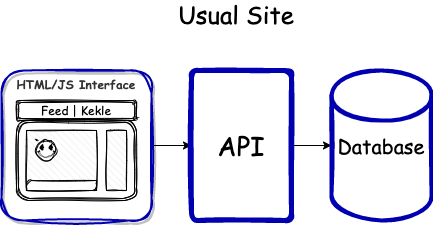
Above: docs/assets/3-part-site-arch.drawio.png in SpaceFrontiers/summa (draw.io), before the change. Source tidied: cells renumbered, new cells last; positions are measured from the earlier drawing's top-left corner, leaving out a move shared by most shapes. The source it was exported from:
```xml
<mxGraphModel>
  <root>
    <mxCell id="0" />
    <mxCell id="1" parent="0" />
    <mxCell id="2" style="edgeStyle=orthogonalEdgeStyle;rounded=0;jettySize=auto;html=1;exitX=1;exitY=0.5;exitDx=0;exitDy=0;entryX=0;entryY=0.5;entryDx=0;entryDy=0;fontFamily=Comic Sans MS;fontSize=24;" parent="1" edge="1" source="3" target="13">
      <mxGeometry relative="1" as="geometry" />
    </mxCell>
    <mxCell id="3" value="HTML/JS Interface" style="rounded=1;whiteSpace=wrap;html=1;fontFamily=Comic Sans MS;strokeColor=#0000B0;fontColor=#333333;strokeWidth=2;sketch=1;curveFitting=1;jiggle=2;shadow=1;labelBackgroundColor=none;labelBorderColor=none;fontStyle=1;fontSize=12;fillColor=none;verticalAlign=top;" parent="1" vertex="1">
      <mxGeometry y="70" width="150" height="150" as="geometry" />
    </mxCell>
    <mxCell id="4" value="&lt;font style=&quot;font-size: 24px;&quot;&gt;Usual Site&lt;/font&gt;" style="text;html=1;strokeColor=none;fillColor=none;align=center;verticalAlign=middle;whiteSpace=wrap;rounded=0;fontFamily=Comic Sans MS;fontSize=24;" parent="1" vertex="1">
      <mxGeometry x="150" width="170" height="30" as="geometry" />
    </mxCell>
    <mxCell id="5" style="group;" parent="1" vertex="1">
      <mxGeometry x="15" y="100" width="120" height="100" as="geometry" />
    </mxCell>
    <mxCell id="6" style="shape=ext;double=1;rounded=1;whiteSpace=wrap;html=1;sketch=1;fontFamily=Comic Sans MS;" parent="5" vertex="1">
      <mxGeometry y="20" width="120" height="80" as="geometry" />
    </mxCell>
    <mxCell id="7" value="Feed | Kekle" style="shape=ext;double=1;rounded=1;whiteSpace=wrap;html=1;sketch=1;fontFamily=Comic Sans MS;" parent="5" vertex="1">
      <mxGeometry width="120" height="20" as="geometry" />
    </mxCell>
    <mxCell id="8" style="verticalLabelPosition=bottom;verticalAlign=top;html=1;shape=mxgraph.basic.patternFillRect;fillStyle=diagRev;step=5;fillStrokeWidth=0.2;fillStrokeColor=#dddddd;sketch=1;fontFamily=Comic Sans MS;" parent="5" vertex="1">
      <mxGeometry x="10" y="30" width="70" height="60" as="geometry" />
    </mxCell>
    <mxCell id="9" style="verticalLabelPosition=bottom;verticalAlign=top;html=1;shape=mxgraph.basic.patternFillRect;fillStyle=diagRev;step=5;fillStrokeWidth=0.2;fillStrokeColor=#dddddd;sketch=1;fontFamily=Comic Sans MS;" parent="5" vertex="1">
      <mxGeometry x="90" y="30" width="20" height="60" as="geometry" />
    </mxCell>
    <mxCell id="10" style="verticalLabelPosition=bottom;verticalAlign=top;html=1;shape=mxgraph.basic.smiley;sketch=1;fontFamily=Comic Sans MS;fontSize=12;" parent="5" vertex="1">
      <mxGeometry x="20" y="40" width="20" height="20" as="geometry" />
    </mxCell>
    <mxCell id="11" style="verticalLabelPosition=bottom;verticalAlign=top;html=1;shape=mxgraph.basic.diag_round_rect;dx=6;whiteSpace=wrap;sketch=1;fontFamily=Comic Sans MS;fontSize=12;" parent="5" vertex="1">
      <mxGeometry x="10" y="80" width="70" height="10" as="geometry" />
    </mxCell>
    <mxCell id="12" style="edgeStyle=orthogonalEdgeStyle;rounded=0;jettySize=auto;html=1;exitX=1;exitY=0.5;exitDx=0;exitDy=0;entryX=0;entryY=0.5;entryDx=0;entryDy=0;entryPerimeter=0;fontFamily=Comic Sans MS;fontSize=24;" parent="1" edge="1" source="13" target="14">
      <mxGeometry relative="1" as="geometry" />
    </mxCell>
    <mxCell id="13" value="&lt;font style=&quot;font-size: 26px;&quot;&gt;API&lt;/font&gt;" style="rounded=1;whiteSpace=wrap;html=1;absoluteArcSize=1;arcSize=14;strokeWidth=5;sketch=1;fontFamily=Comic Sans MS;fontSize=12;strokeColor=#0000B0;" parent="1" vertex="1">
      <mxGeometry x="190" y="70" width="100" height="150" as="geometry" />
    </mxCell>
    <mxCell id="14" value="Database" style="strokeWidth=4;html=1;shape=mxgraph.flowchart.database;whiteSpace=wrap;sketch=1;fontFamily=Comic Sans MS;fontSize=20;strokeColor=#0000B0;verticalAlign=middle;" parent="1" vertex="1">
      <mxGeometry x="330" y="70" width="100" height="150" as="geometry" />
    </mxCell>
  </root>
</mxGraphModel>
```
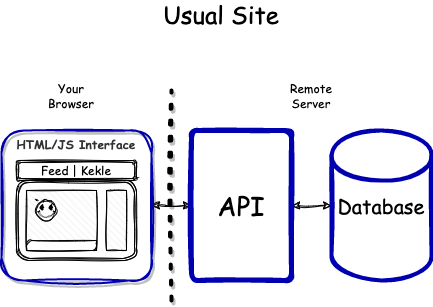
After the change.

Change to the diagram source:
```diff
@@ -2,14 +2,14 @@
   <root>
     <mxCell id="0" />
     <mxCell id="1" parent="0" />
-    <mxCell id="2" style="edgeStyle=orthogonalEdgeStyle;rounded=0;jettySize=auto;html=1;exitX=1;exitY=0.5;exitDx=0;exitDy=0;entryX=0;entryY=0.5;entryDx=0;entryDy=0;fontFamily=Comic Sans MS;fontSize=24;" parent="1" edge="1" source="3" target="13">
+    <mxCell id="2" style="edgeStyle=orthogonalEdgeStyle;rounded=0;jettySize=auto;html=1;exitX=1;exitY=0.5;exitDx=0;exitDy=0;entryX=0;entryY=0.5;entryDx=0;entryDy=0;fontFamily=Comic Sans MS;fontSize=24;sketch=1;curveFitting=1;jiggle=2;startArrow=classic;startFill=1;endArrow=classic;endFill=1;" parent="1" edge="1" source="3" target="13">
       <mxGeometry relative="1" as="geometry" />
     </mxCell>
     <mxCell id="3" value="HTML/JS Interface" style="rounded=1;whiteSpace=wrap;html=1;fontFamily=Comic Sans MS;strokeColor=#0000B0;fontColor=#333333;strokeWidth=2;sketch=1;curveFitting=1;jiggle=2;shadow=1;labelBackgroundColor=none;labelBorderColor=none;fontStyle=1;fontSize=12;fillColor=none;verticalAlign=top;" parent="1" vertex="1">
       <mxGeometry y="70" width="150" height="150" as="geometry" />
     </mxCell>
-    <mxCell id="4" value="&lt;font style=&quot;font-size: 24px;&quot;&gt;Usual Site&lt;/font&gt;" style="text;html=1;strokeColor=none;fillColor=none;align=center;verticalAlign=middle;whiteSpace=wrap;rounded=0;fontFamily=Comic Sans MS;fontSize=24;" parent="1" vertex="1">
-      <mxGeometry x="150" width="170" height="30" as="geometry" />
+    <mxCell id="4" value="Usual Site" style="text;html=1;strokeColor=none;fillColor=none;align=center;verticalAlign=middle;whiteSpace=wrap;rounded=0;fontFamily=Comic Sans MS;fontSize=24;" parent="1" vertex="1">
+      <mxGeometry x="135" y="-60" width="170" height="30" as="geometry" />
     </mxCell>
     <mxCell id="5" style="group;" parent="1" vertex="1">
       <mxGeometry x="15" y="100" width="120" height="100" as="geometry" />
@@ -32,7 +32,7 @@
     <mxCell id="11" style="verticalLabelPosition=bottom;verticalAlign=top;html=1;shape=mxgraph.basic.diag_round_rect;dx=6;whiteSpace=wrap;sketch=1;fontFamily=Comic Sans MS;fontSize=12;" parent="5" vertex="1">
       <mxGeometry x="10" y="80" width="70" height="10" as="geometry" />
     </mxCell>
-    <mxCell id="12" style="edgeStyle=orthogonalEdgeStyle;rounded=0;jettySize=auto;html=1;exitX=1;exitY=0.5;exitDx=0;exitDy=0;entryX=0;entryY=0.5;entryDx=0;entryDy=0;entryPerimeter=0;fontFamily=Comic Sans MS;fontSize=24;" parent="1" edge="1" source="13" target="14">
+    <mxCell id="12" style="edgeStyle=orthogonalEdgeStyle;rounded=0;jettySize=auto;html=1;exitX=1;exitY=0.5;exitDx=0;exitDy=0;entryX=0;entryY=0.5;entryDx=0;entryDy=0;entryPerimeter=0;fontFamily=Comic Sans MS;fontSize=24;sketch=1;curveFitting=1;jiggle=2;endArrow=classic;endFill=1;startArrow=classic;startFill=1;" parent="1" edge="1" source="13" target="14">
       <mxGeometry relative="1" as="geometry" />
     </mxCell>
     <mxCell id="13" value="&lt;font style=&quot;font-size: 26px;&quot;&gt;API&lt;/font&gt;" style="rounded=1;whiteSpace=wrap;html=1;absoluteArcSize=1;arcSize=14;strokeWidth=5;sketch=1;fontFamily=Comic Sans MS;fontSize=12;strokeColor=#0000B0;" parent="1" vertex="1">
@@ -41,5 +41,17 @@
     <mxCell id="14" value="Database" style="strokeWidth=4;html=1;shape=mxgraph.flowchart.database;whiteSpace=wrap;sketch=1;fontFamily=Comic Sans MS;fontSize=20;strokeColor=#0000B0;verticalAlign=middle;" parent="1" vertex="1">
       <mxGeometry x="330" y="70" width="100" height="150" as="geometry" />
     </mxCell>
+    <mxCell id="15" value="Your Browser" style="text;html=1;strokeColor=none;fillColor=none;align=center;verticalAlign=middle;whiteSpace=wrap;rounded=0;fontFamily=Comic Sans MS;" parent="1" vertex="1">
+      <mxGeometry x="40" y="20" width="60" height="30" as="geometry" />
+    </mxCell>
+    <mxCell id="16" value="Remote Server" style="text;html=1;strokeColor=none;fillColor=none;align=center;verticalAlign=middle;whiteSpace=wrap;rounded=0;fontFamily=Comic Sans MS;" parent="1" vertex="1">
+      <mxGeometry x="280" y="20" width="60" height="30" as="geometry" />
+    </mxCell>
+    <mxCell id="17" style="endArrow=none;dashed=1;html=1;dashPattern=1 3;strokeWidth=4;rounded=0;shadow=1;sketch=1;curveFitting=1;jiggle=2;" parent="1" edge="1">
+      <mxGeometry relative="1" as="geometry">
+        <mxPoint x="170" y="240" as="sourcePoint" />
+        <mxPoint x="170" y="30" as="targetPoint" />
+      </mxGeometry>
+    </mxCell>
   </root>
 </mxGraphModel>
```
